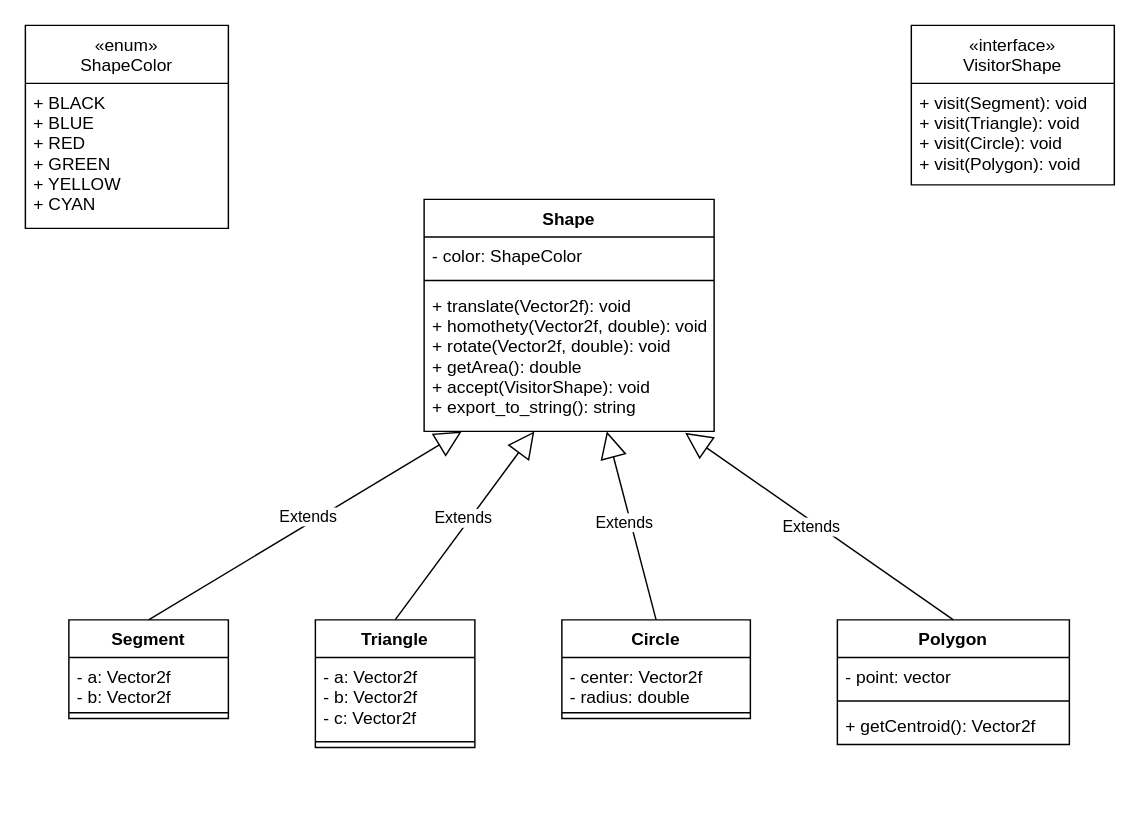
This is page "Shapes" (6 of 6) of C++.drawio from DogtorWho/L3S6_Shapes-Manipulation, a draw.io file, before an edit. Source tidied: cells renumbered, new cells numbered last; positions are measured from the earlier drawing's top-left corner, leaving out a move shared by most shapes. Both pictures are drawn from the tidied source at 145%, with x=0, y=0 at pixel (25, 25).
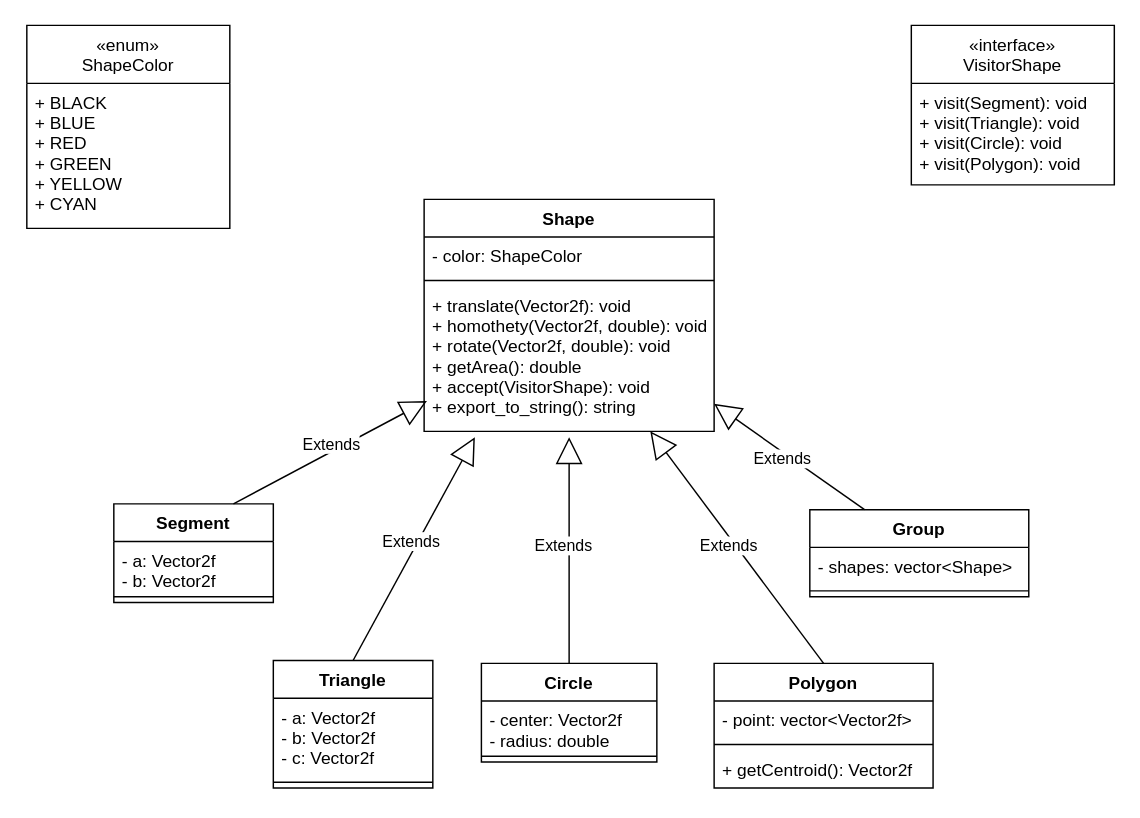
After the change.

The change refers to these unchanged cells:
```xml
<mxCell id="7" value="+ translate(Vector2f): void&#10;+ homothety(Vector2f, double): void&#10;+ rotate(Vector2f, double): void&#10;+ getArea(): double&#10;+ accept(VisitorShape): void&#10;+ export_to_string(): string" style="text;strokeColor=none;fillColor=none;align=left;verticalAlign=top;spacingLeft=4;spacingRight=4;overflow=hidden;points=[[0,0.5],[1,0.5]];portConstraint=eastwest;" parent="4" vertex="1">
  <mxGeometry y="60" width="200" height="100" as="geometry" />
</mxCell>
```

Diff of the diagram source:
```diff
@@
     <mxCell id="8" value="&#10;«enum»&#10;ShapeColor&#10;" style="swimlane;fontStyle=0;horizontal=1;startSize=40;fillColor=none;" parent="1" vertex="1">
-      <mxGeometry width="140" height="140" as="geometry" />
+      <mxGeometry x="1" width="140" height="140" as="geometry" />
     </mxCell>
@@
     <mxCell id="10" value="Segment" style="swimlane;fontStyle=1;align=center;verticalAlign=top;horizontal=1;startSize=26;" parent="1" vertex="1">
-      <mxGeometry x="30" y="410" width="110" height="68" as="geometry" />
+      <mxGeometry x="61" y="330" width="110" height="68" as="geometry" />
     </mxCell>
@@
     <mxCell id="13" value="Triangle" style="swimlane;fontStyle=1;align=center;verticalAlign=top;horizontal=1;startSize=26;" parent="1" vertex="1">
-      <mxGeometry x="200" y="410" width="110" height="88" as="geometry" />
+      <mxGeometry x="171" y="438" width="110" height="88" as="geometry" />
     </mxCell>
@@
     <mxCell id="16" value="Circle" style="swimlane;fontStyle=1;align=center;verticalAlign=top;horizontal=1;startSize=26;" parent="1" vertex="1">
-      <mxGeometry x="370" y="410" width="130" height="68" as="geometry" />
+      <mxGeometry x="314.5" y="440" width="121" height="68" as="geometry" />
     </mxCell>
     <mxCell id="17" value="- center: Vector2f&#10;- radius: double" style="text;strokeColor=none;fillColor=none;align=left;verticalAlign=top;spacingLeft=4;spacingRight=4;overflow=hidden;" parent="16" vertex="1">
-      <mxGeometry y="26" width="130" height="34" as="geometry" />
+      <mxGeometry y="26" width="121" height="34" as="geometry" />
     </mxCell>
     <mxCell id="18" style="line;strokeWidth=1;fillColor=none;align=left;verticalAlign=middle;spacingTop=-1;spacingLeft=3;spacingRight=3;labelPosition=right;" parent="16" vertex="1">
-      <mxGeometry y="60" width="130" height="8" as="geometry" />
+      <mxGeometry y="60" width="121" height="8" as="geometry" />
     </mxCell>
     <mxCell id="19" value="Polygon" style="swimlane;fontStyle=1;align=center;verticalAlign=top;horizontal=1;startSize=26;" parent="1" vertex="1">
-      <mxGeometry x="560" y="410" width="160" height="86" as="geometry" />
+      <mxGeometry x="475" y="440" width="151" height="86" as="geometry" />
     </mxCell>
-    <mxCell id="20" value="- point: vector" style="text;strokeColor=none;fillColor=none;align=left;verticalAlign=top;spacingLeft=4;spacingRight=4;overflow=hidden;" parent="19" vertex="1">
-      <mxGeometry y="26" width="160" height="26" as="geometry" />
+    <mxCell id="20" value="- point: vector&lt;Vector2f&gt;" style="text;strokeColor=none;fillColor=none;align=left;verticalAlign=top;spacingLeft=4;spacingRight=4;overflow=hidden;" parent="19" vertex="1">
+      <mxGeometry y="26" width="151" height="26" as="geometry" />
     </mxCell>
     <mxCell id="21" style="line;strokeWidth=1;fillColor=none;align=left;verticalAlign=middle;spacingTop=-1;spacingLeft=3;spacingRight=3;labelPosition=right;" parent="19" vertex="1">
-      <mxGeometry y="52" width="160" height="8" as="geometry" />
+      <mxGeometry y="52" width="151" height="8" as="geometry" />
     </mxCell>
     <mxCell id="22" value="+ getCentroid(): Vector2f" style="text;strokeColor=none;fillColor=none;align=left;verticalAlign=top;spacingLeft=4;spacingRight=4;overflow=hidden;" parent="19" vertex="1">
-      <mxGeometry y="60" width="160" height="26" as="geometry" />
+      <mxGeometry y="60" width="151" height="26" as="geometry" />
     </mxCell>
-    <mxCell id="23" value="Extends" style="endArrow=block;endSize=16;endFill=0;html=1;exitX=0.5;exitY=0;exitDx=0;exitDy=0;" parent="1" edge="1" source="16">
-      <mxGeometry x="0.04" y="4" relative="1" as="geometry">
-        <mxPoint x="401" y="280" as="targetPoint" />
-      </mxGeometry>
+    <mxCell id="23" value="Extends" style="endArrow=block;endSize=16;endFill=0;html=1;exitX=0.5;exitY=0;exitDx=0;exitDy=0;entryX=0.5;entryY=1.04;entryDx=0;entryDy=0;entryPerimeter=0;" parent="1" edge="1" source="16" target="7">
+      <mxGeometry x="0.04" y="4" relative="1" as="geometry" />
     </mxCell>
-    <mxCell id="24" value="Extends" style="endArrow=block;endSize=16;endFill=0;html=1;exitX=0.5;exitY=0;exitDx=0;exitDy=0;" parent="1" edge="1" source="13">
-      <mxGeometry x="0.04" y="4" relative="1" as="geometry">
-        <mxPoint x="351" y="280" as="targetPoint" />
-      </mxGeometry>
+    <mxCell id="24" value="Extends" style="endArrow=block;endSize=16;endFill=0;html=1;exitX=0.5;exitY=0;exitDx=0;exitDy=0;entryX=0.175;entryY=1.04;entryDx=0;entryDy=0;entryPerimeter=0;" parent="1" edge="1" source="13" target="7">
+      <mxGeometry x="0.04" y="4" relative="1" as="geometry" />
     </mxCell>
-    <mxCell id="25" value="Extends" style="endArrow=block;endSize=16;endFill=0;html=1;entryX=0.9;entryY=1.01;entryDx=0;entryDy=0;exitX=0.5;exitY=0;exitDx=0;exitDy=0;entryPerimeter=0;" parent="1" edge="1" source="19" target="7">
-      <mxGeometry x="0.04" y="4" relative="1" as="geometry" />
+    <mxCell id="25" value="Extends" style="endArrow=block;endSize=16;endFill=0;html=1;exitX=0.5;exitY=0;exitDx=0;exitDy=0;" parent="1" edge="1" source="19">
+      <mxGeometry x="0.04" y="4" relative="1" as="geometry">
+        <mxPoint x="431" y="280" as="targetPoint" />
+      </mxGeometry>
     </mxCell>
-    <mxCell id="26" value="Extends" style="endArrow=block;endSize=16;endFill=0;html=1;entryX=0.13;entryY=1;entryDx=0;entryDy=0;exitX=0.5;exitY=0;exitDx=0;exitDy=0;entryPerimeter=0;" parent="1" edge="1" source="10" target="7">
+    <mxCell id="26" value="Extends" style="endArrow=block;endSize=16;endFill=0;html=1;entryX=0.01;entryY=0.79;entryDx=0;entryDy=0;exitX=0.75;exitY=0;exitDx=0;exitDy=0;entryPerimeter=0;" parent="1" edge="1" source="10" target="7">
       <mxGeometry x="0.04" y="4" relative="1" as="geometry" />
     </mxCell>
+    <mxCell id="27" value="Group" style="swimlane;fontStyle=1;align=center;verticalAlign=top;horizontal=1;startSize=26;" parent="1" vertex="1">
+      <mxGeometry x="541" y="334" width="151" height="60" as="geometry" />
+    </mxCell>
+    <mxCell id="28" value="- shapes: vector&lt;Shape&gt;" style="text;strokeColor=none;fillColor=none;align=left;verticalAlign=top;spacingLeft=4;spacingRight=4;overflow=hidden;" parent="27" vertex="1">
+      <mxGeometry y="26" width="151" height="26" as="geometry" />
+    </mxCell>
+    <mxCell id="29" style="line;strokeWidth=1;fillColor=none;align=left;verticalAlign=middle;spacingTop=-1;spacingLeft=3;spacingRight=3;labelPosition=right;" parent="27" vertex="1">
+      <mxGeometry y="52" width="151" height="8" as="geometry" />
+    </mxCell>
+    <mxCell id="30" value="Extends" style="endArrow=block;endSize=16;endFill=0;html=1;entryX=1;entryY=0.81;entryDx=0;entryDy=0;exitX=0.25;exitY=0;exitDx=0;exitDy=0;entryPerimeter=0;" parent="1" edge="1" source="27" target="7">
+      <mxGeometry x="0.04" y="4" relative="1" as="geometry" />
+    </mxCell>
```
